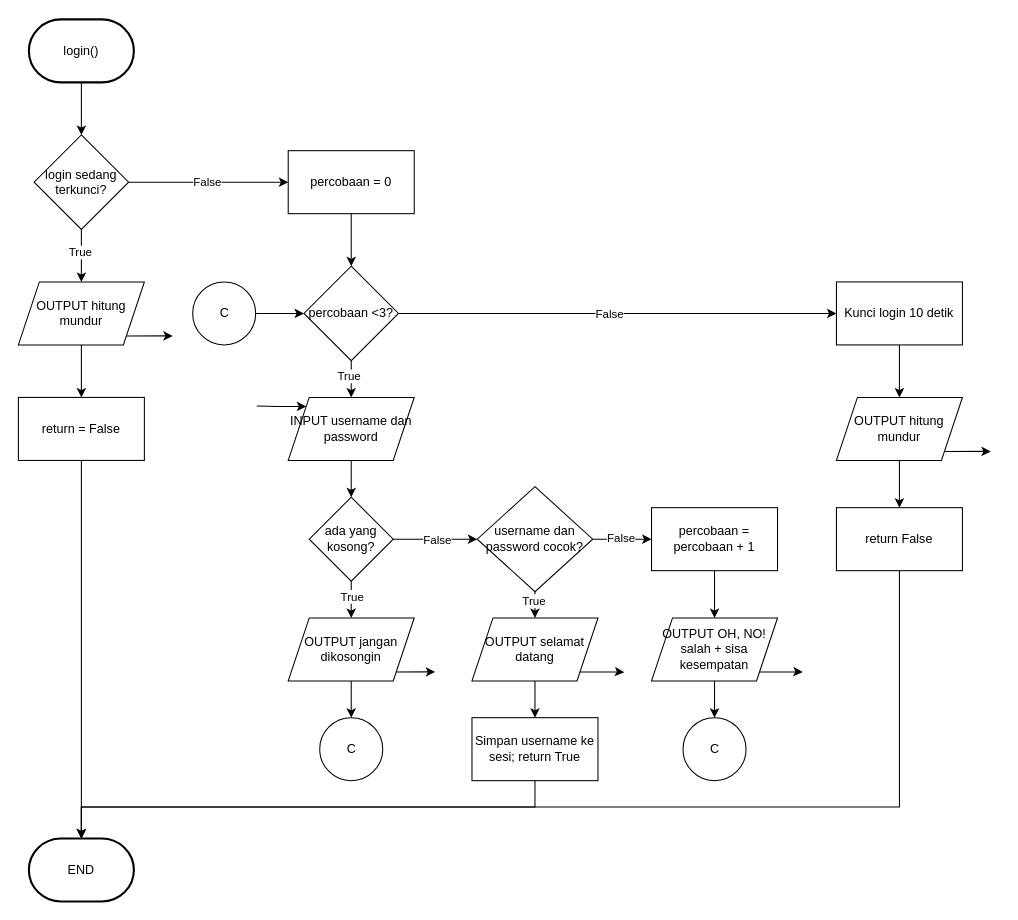
Above: page "login()" (2 of 12) of B2-TimAtom-Flowchart.drawio in sheannisanasyi-ctrl/Sistem-Manajemen-Kos-kosan (draw.io), before the change. Source tidied: cells renumbered, new cells numbered last; positions are measured from the earlier drawing's top-left corner, leaving out a move shared by most shapes. Both pictures are drawn from the tidied source at 105%, with x=0, y=0 at pixel (18, 19).
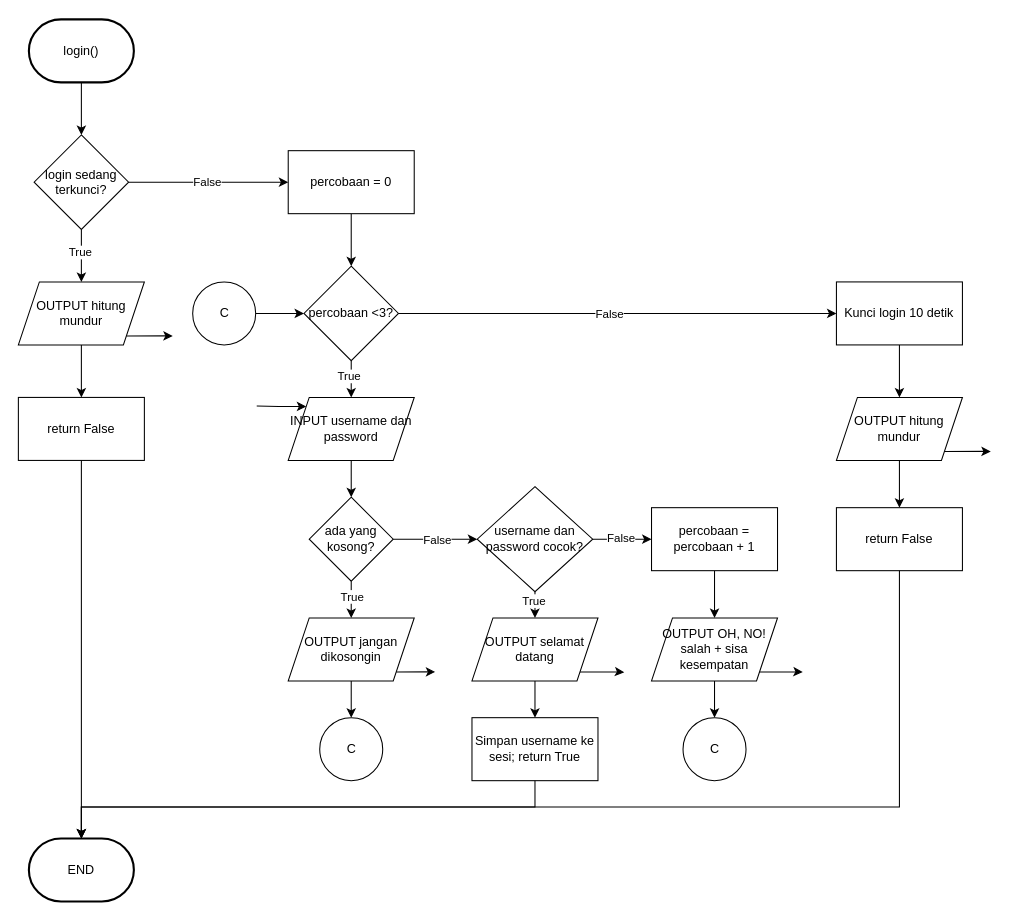
The same page after the edit.

The edit, as a diff of the source:
```diff
@@
-    <mxCell id="22" value="return = False" style="whiteSpace=wrap;html=1;" parent="1" vertex="1">
+    <mxCell id="22" value="return False" style="whiteSpace=wrap;html=1;" parent="1" vertex="1">
       <mxGeometry y="360" width="120" height="60" as="geometry" />
     </mxCell>
```
